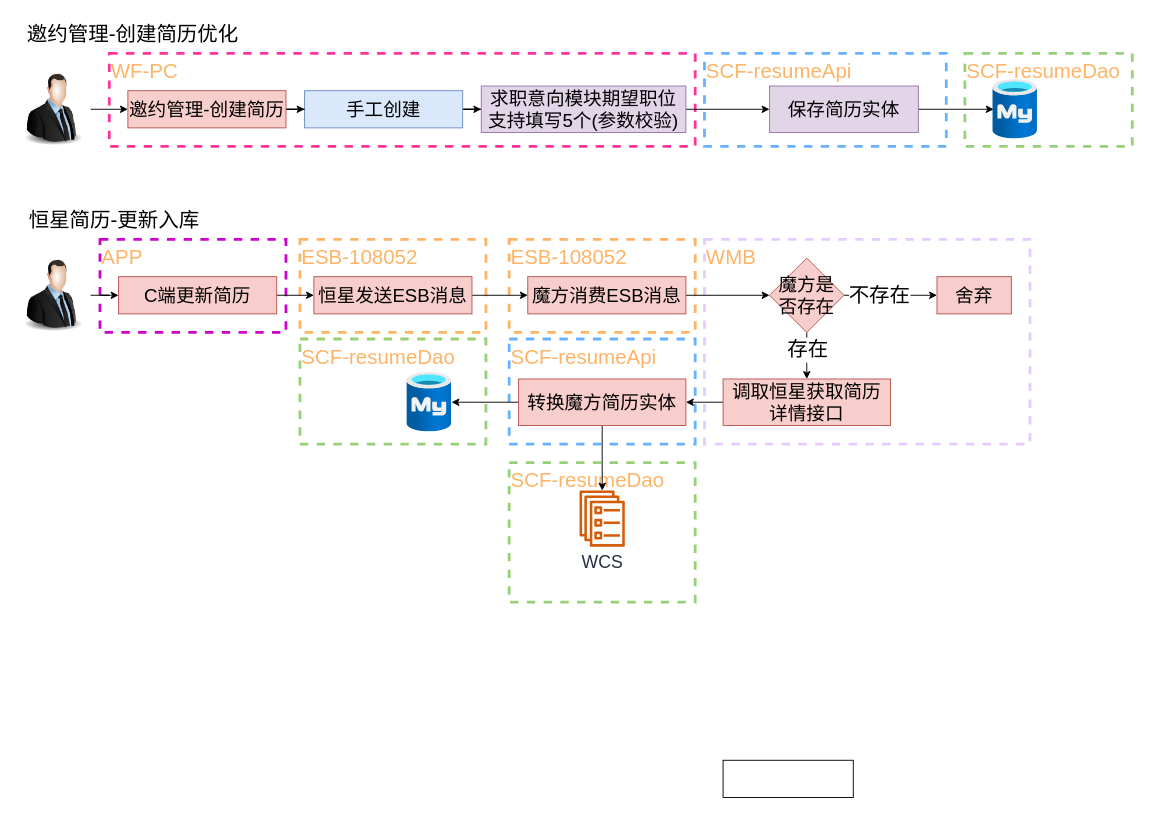
Earlier version of the draw.io diagram 恒星简历更新需求-4909.drawio (LuOyEbY/draw-b). Source tidied: cells renumbered, new cells numbered last; positions are measured from the earlier drawing's top-left corner, leaving out a move shared by most shapes. Both pictures are drawn from the tidied source at 93%, with x=0, y=0 at pixel (16, 16).
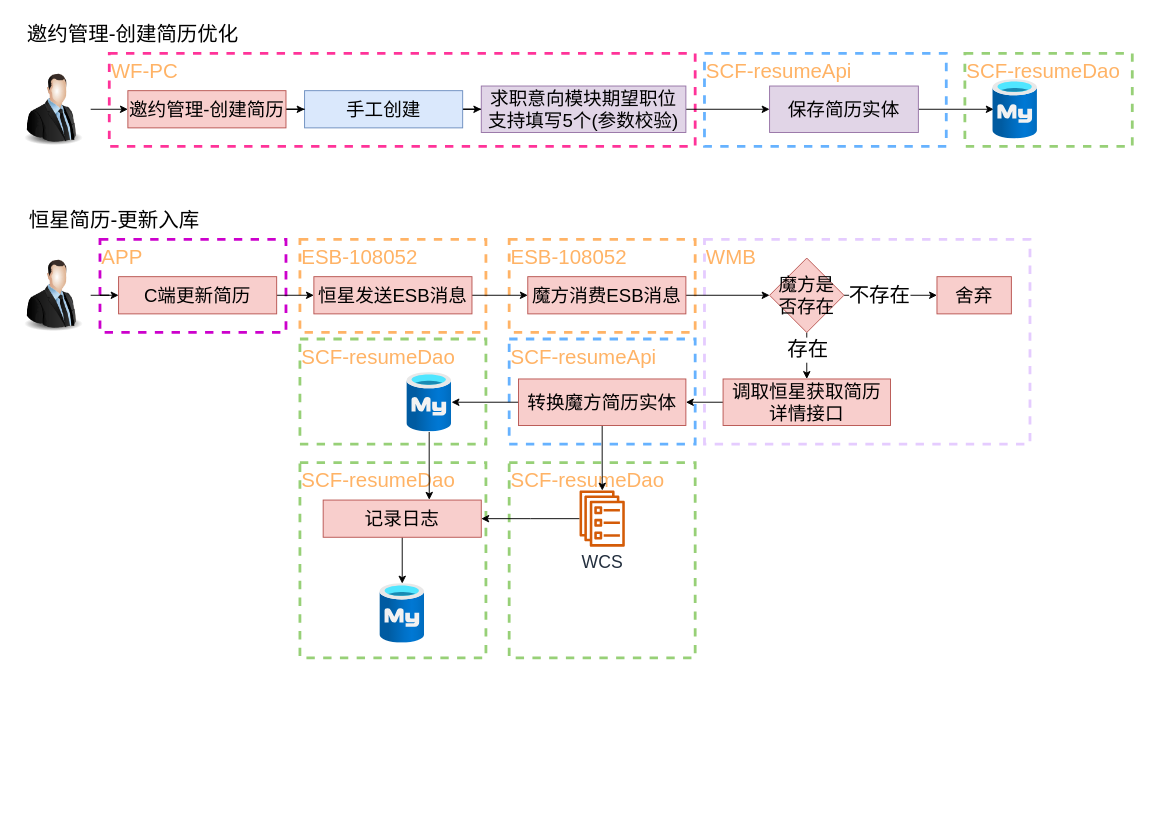
Above is the later version.

Commit message (it also covers changes not shown here):
更新恒星简历更新需求-4909.drawio

Unchanged cells that the change refers to:
```xml
<mxCell id="45" style="html=1;points=[];align=center;image;fontSize=12;image=img/lib/azure2/databases/Azure_Database_MySQL_Server.svg;dashed=1;strokeColor=#FFB366;fontColor=#000000;" parent="1" vertex="1">
  <mxGeometry x="420" y="383" width="48" height="64" as="geometry" />
</mxCell>
<mxCell id="46" value="&lt;span style=&quot;font-size: 19px;&quot;&gt;WCS&lt;/span&gt;" style="sketch=0;outlineConnect=0;fontColor=#232F3E;gradientColor=none;fillColor=#D45B07;strokeColor=none;dashed=0;verticalLabelPosition=bottom;verticalAlign=top;align=center;html=1;fontSize=12;fontStyle=0;shape=mxgraph.aws4.ecs_service;" parent="1" vertex="1">
  <mxGeometry x="605.5" y="510" width="49" height="60.3" as="geometry" />
</mxCell>
```

The edit, as a diff of the source:
```diff
@@
+    <mxCell id="47" value="SCF-resumeDao" style="rounded=0;whiteSpace=wrap;html=1;dashed=1;strokeColor=#97D077;align=left;verticalAlign=top;fontSize=22;fontColor=#FFB366;strokeWidth=3;" parent="1" vertex="1">
+      <mxGeometry x="305" y="480" width="200" height="210" as="geometry" />
+    </mxCell>
     <mxCell id="2" value="SCF-resumeDao" style="rounded=0;whiteSpace=wrap;html=1;dashed=1;strokeColor=#97D077;align=left;verticalAlign=top;fontSize=22;fontColor=#FFB366;strokeWidth=3;" parent="1" vertex="1">
-      <mxGeometry x="530" y="480" width="200" height="150" as="geometry" />
+      <mxGeometry x="530" y="480" width="200" height="210" as="geometry" />
     </mxCell>
@@
-    <mxCell id="12" style="rounded=0;whiteSpace=wrap;html=1;fontSize=20;" parent="1" vertex="1">
-      <mxGeometry x="760" y="800" width="140" height="40" as="geometry" />
-    </mxCell>
@@
+    <mxCell id="48" style="edgeStyle=orthogonalEdgeStyle;rounded=0;jettySize=auto;html=1;entryX=0.671;entryY=-0.008;entryDx=0;entryDy=0;entryPerimeter=0;fontSize=22;fontColor=#000000;" parent="1" edge="1" source="45" target="51">
+      <mxGeometry relative="1" as="geometry" />
+    </mxCell>
@@
+    <mxCell id="49" style="edgeStyle=orthogonalEdgeStyle;rounded=0;jettySize=auto;html=1;fontSize=22;fontColor=#000000;" parent="1" edge="1" source="46" target="51">
+      <mxGeometry relative="1" as="geometry" />
+    </mxCell>
@@
+    <mxCell id="50" style="edgeStyle=orthogonalEdgeStyle;rounded=0;jettySize=auto;html=1;fontSize=22;fontColor=#000000;" parent="1" edge="1" source="51" target="52">
+      <mxGeometry relative="1" as="geometry" />
+    </mxCell>
+    <mxCell id="51" value="记录日志" style="rounded=0;whiteSpace=wrap;html=1;fontSize=20;fillColor=#f8cecc;strokeColor=#b85450;" parent="1" vertex="1">
+      <mxGeometry x="330" y="520.2" width="170" height="40" as="geometry" />
+    </mxCell>
+    <mxCell id="52" style="html=1;points=[];align=center;image;fontSize=12;image=img/lib/azure2/databases/Azure_Database_MySQL_Server.svg;dashed=1;strokeColor=#FFB366;fontColor=#000000;" parent="1" vertex="1">
+      <mxGeometry x="391" y="610" width="48" height="64" as="geometry" />
+    </mxCell>
```
